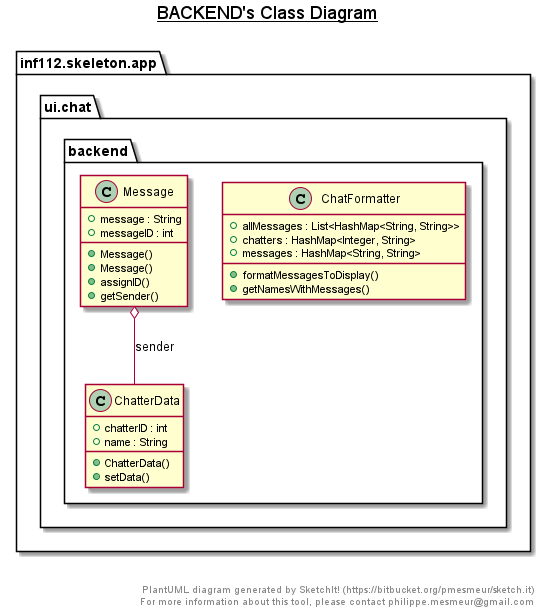
This is Structure/Class diagrams/chatbackend.png from inf112-v21/Snokarane, a PlantUML export, as it was before one commit. The source it was exported from:
```plantuml
@startuml

title __BACKEND's Class Diagram__\n

  namespace inf112.skeleton.app {
    namespace ui.chat {
      namespace backend {
        class inf112.skeleton.app.ui.chat.backend.ChatFormatter {
            + allMessages : List<HashMap<String, String>>
            + chatters : HashMap<Integer, String>
            + messages : HashMap<String, String>
            + formatMessagesToDisplay()
            + getNamesWithMessages()
        }
      }
    }
  }


  namespace inf112.skeleton.app {
    namespace ui.chat {
      namespace backend {
        class inf112.skeleton.app.ui.chat.backend.ChatterData {
            + chatterID : int
            + name : String
            + ChatterData()
            + setData()
        }
      }
    }
  }


  namespace inf112.skeleton.app {
    namespace ui.chat {
      namespace backend {
        class inf112.skeleton.app.ui.chat.backend.Message {
            + message : String
            + messageID : int
            + Message()
            + Message()
            + assignID()
            + getSender()
        }
      }
    }
  }


  inf112.skeleton.app.ui.chat.backend.Message o-- inf112.skeleton.app.ui.chat.backend.ChatterData : sender


right footer


PlantUML diagram generated by SketchIt! (https://bitbucket.org/pmesmeur/sketch.it)
For more information about this tool, please contact philippe.mesmeur@gmail.com
endfooter

@enduml
```
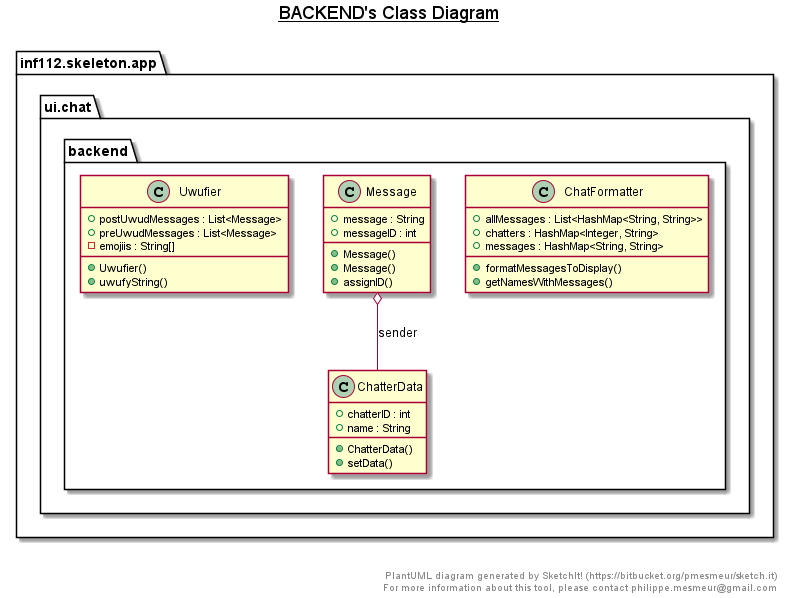
The same file after the commit.

What changed in the source:
```diff
@@ -40,7 +40,21 @@
             + Message()
             + Message()
             + assignID()
-            + getSender()
+        }
+      }
+    }
+  }
+
+
+  namespace inf112.skeleton.app {
+    namespace ui.chat {
+      namespace backend {
+        class inf112.skeleton.app.ui.chat.backend.Uwufier {
+            + postUwudMessages : List<Message>
+            + preUwudMessages : List<Message>
+            - emojiis : String[]
+            + Uwufier()
+            + uwufyString()
         }
       }
     }
```
